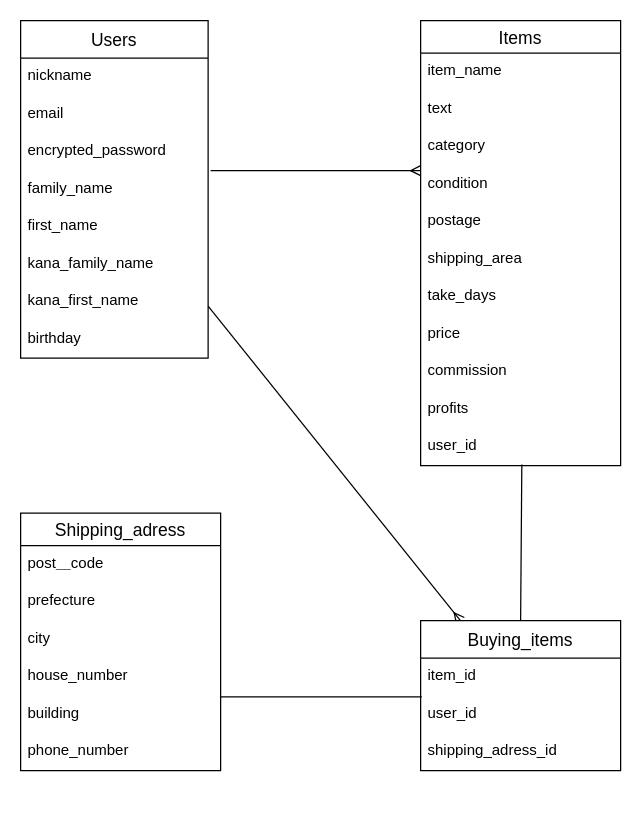
The draw.io diagram furima-37361.dio in okogeya/furima-37361, before the edit. Source tidied: cells renumbered, new cells numbered last; positions are measured from the earlier drawing's top-left corner, leaving out a move shared by most shapes. Both pictures are drawn from the tidied source at 125%, with x=0, y=0 at pixel (20, 20).
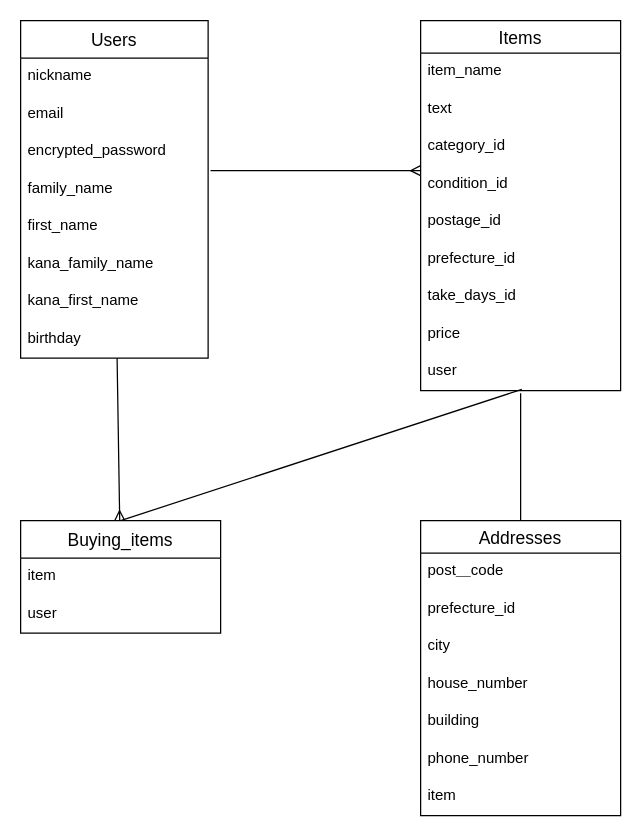
Above is the later version.

Commit message (it also covers changes not shown here):
データベース設計（修正1回目）

The edit, as a diff of the source:
```diff
@@
-    <mxCell id="2" style="edgeStyle=none;html=1;endArrow=none;endFill=0;startSize=6;exitX=0.006;exitY=1.033;exitDx=0;exitDy=0;exitPerimeter=0;" parent="1" edge="1" source="35">
+    <mxCell id="2" style="edgeStyle=none;html=1;endArrow=none;endFill=0;startSize=6;exitX=0.5;exitY=1.067;exitDx=0;exitDy=0;exitPerimeter=0;" parent="1" edge="1" source="24">
       <mxGeometry relative="1" as="geometry">
-        <mxPoint x="160" y="541" as="targetPoint" />
+        <mxPoint x="400" y="400" as="targetPoint" />
       </mxGeometry>
     </mxCell>
@@
     <mxCell id="13" value="Items" style="swimlane;fontStyle=0;horizontal=1;startSize=26;align=center;fontSize=14;" parent="1" vertex="1">
-      <mxGeometry x="320" width="160" height="356" as="geometry" />
+      <mxGeometry x="320" width="160" height="296" as="geometry" />
     </mxCell>
@@
-    <mxCell id="16" value="category" style="text;strokeColor=none;fillColor=none;spacingLeft=4;spacingRight=4;overflow=hidden;fontSize=12;" parent="13" vertex="1">
+    <mxCell id="16" value="category_id" style="text;strokeColor=none;fillColor=none;spacingLeft=4;spacingRight=4;overflow=hidden;fontSize=12;" parent="13" vertex="1">
       <mxGeometry y="86" width="160" height="30" as="geometry" />
     </mxCell>
-    <mxCell id="17" value="condition" style="text;strokeColor=none;fillColor=none;spacingLeft=4;spacingRight=4;overflow=hidden;fontSize=12;" parent="13" vertex="1">
+    <mxCell id="17" value="condition_id" style="text;strokeColor=none;fillColor=none;spacingLeft=4;spacingRight=4;overflow=hidden;fontSize=12;" parent="13" vertex="1">
       <mxGeometry y="116" width="160" height="30" as="geometry" />
     </mxCell>
-    <mxCell id="18" value="postage" style="text;strokeColor=none;fillColor=none;spacingLeft=4;spacingRight=4;overflow=hidden;fontSize=12;" parent="13" vertex="1">
+    <mxCell id="18" value="postage_id" style="text;strokeColor=none;fillColor=none;spacingLeft=4;spacingRight=4;overflow=hidden;fontSize=12;" parent="13" vertex="1">
       <mxGeometry y="146" width="160" height="30" as="geometry" />
     </mxCell>
-    <mxCell id="19" value="shipping_area" style="text;strokeColor=none;fillColor=none;spacingLeft=4;spacingRight=4;overflow=hidden;fontSize=12;" parent="13" vertex="1">
+    <mxCell id="19" value="prefecture_id" style="text;strokeColor=none;fillColor=none;spacingLeft=4;spacingRight=4;overflow=hidden;fontSize=12;" parent="13" vertex="1">
       <mxGeometry y="176" width="160" height="30" as="geometry" />
     </mxCell>
-    <mxCell id="20" value="take_days" style="text;strokeColor=none;fillColor=none;spacingLeft=4;spacingRight=4;overflow=hidden;fontSize=12;" parent="13" vertex="1">
+    <mxCell id="20" value="take_days_id" style="text;strokeColor=none;fillColor=none;spacingLeft=4;spacingRight=4;overflow=hidden;fontSize=12;" parent="13" vertex="1">
       <mxGeometry y="206" width="160" height="30" as="geometry" />
     </mxCell>
@@
-    <mxCell id="22" value="commission" style="text;strokeColor=none;fillColor=none;spacingLeft=4;spacingRight=4;overflow=hidden;fontSize=12;" parent="13" vertex="1">
-      <mxGeometry y="266" width="160" height="30" as="geometry" />
-    </mxCell>
-    <mxCell id="23" value="profits" style="text;strokeColor=none;fillColor=none;spacingLeft=4;spacingRight=4;overflow=hidden;fontSize=12;" parent="13" vertex="1">
-      <mxGeometry y="296" width="160" height="30" as="geometry" />
-    </mxCell>
-    <mxCell id="24" value="user_id" style="text;strokeColor=none;fillColor=none;spacingLeft=4;spacingRight=4;overflow=hidden;points=[[0,0.5],[1,0.5]];portConstraint=eastwest;fontSize=12;" parent="13" vertex="1">
-      <mxGeometry y="326" width="160" height="30" as="geometry" />
+    <mxCell id="24" value="user" style="text;strokeColor=none;fillColor=none;spacingLeft=4;spacingRight=4;overflow=hidden;points=[[0,0.5],[1,0.5]];portConstraint=eastwest;fontSize=12;" parent="13" vertex="1">
+      <mxGeometry y="266" width="160" height="30" as="geometry" />
     </mxCell>
-    <mxCell id="25" value="Shipping_adress" style="swimlane;fontStyle=0;horizontal=1;startSize=26;align=center;fontSize=14;" parent="1" vertex="1">
-      <mxGeometry y="394" width="160" height="206" as="geometry" />
+    <mxCell id="25" value="Addresses" style="swimlane;fontStyle=0;horizontal=1;startSize=26;align=center;fontSize=14;" parent="1" vertex="1">
+      <mxGeometry x="320" y="400" width="160" height="236" as="geometry" />
     </mxCell>
@@
-    <mxCell id="27" value="prefecture&#10;" style="text;strokeColor=none;fillColor=none;spacingLeft=4;spacingRight=4;overflow=hidden;fontSize=12;" parent="25" vertex="1">
+    <mxCell id="27" value="prefecture_id&#10;&#10;" style="text;strokeColor=none;fillColor=none;spacingLeft=4;spacingRight=4;overflow=hidden;fontSize=12;" parent="25" vertex="1">
       <mxGeometry y="56" width="160" height="30" as="geometry" />
     </mxCell>
@@
+    <mxCell id="37" value="item" style="text;strokeColor=none;fillColor=none;spacingLeft=4;spacingRight=4;overflow=hidden;fontSize=12;" parent="25" vertex="1">
+      <mxGeometry y="206" width="160" height="30" as="geometry" />
+    </mxCell>
@@
     <mxCell id="34" value="Buying_items" style="swimlane;fontStyle=0;horizontal=1;startSize=30;align=center;fontSize=14;" parent="1" vertex="1">
-      <mxGeometry x="320" y="480" width="160" height="120" as="geometry" />
+      <mxGeometry y="400" width="160" height="90" as="geometry" />
     </mxCell>
-    <mxCell id="35" value="item_id" style="text;strokeColor=none;fillColor=none;spacingLeft=4;spacingRight=4;overflow=hidden;points=[[0,0.5],[1,0.5]];portConstraint=eastwest;fontSize=12;" parent="34" vertex="1">
+    <mxCell id="35" value="item" style="text;strokeColor=none;fillColor=none;spacingLeft=4;spacingRight=4;overflow=hidden;points=[[0,0.5],[1,0.5]];portConstraint=eastwest;fontSize=12;" parent="34" vertex="1">
       <mxGeometry y="30" width="160" height="30" as="geometry" />
     </mxCell>
-    <mxCell id="36" value="user_id" style="text;strokeColor=none;fillColor=none;spacingLeft=4;spacingRight=4;overflow=hidden;fontSize=12;" parent="34" vertex="1">
+    <mxCell id="36" value="user" style="text;strokeColor=none;fillColor=none;spacingLeft=4;spacingRight=4;overflow=hidden;fontSize=12;" parent="34" vertex="1">
       <mxGeometry y="60" width="160" height="30" as="geometry" />
     </mxCell>
-    <mxCell id="37" value="shipping_adress_id" style="text;strokeColor=none;fillColor=none;spacingLeft=4;spacingRight=4;overflow=hidden;fontSize=12;" parent="34" vertex="1">
-      <mxGeometry y="90" width="160" height="30" as="geometry" />
-    </mxCell>
```
